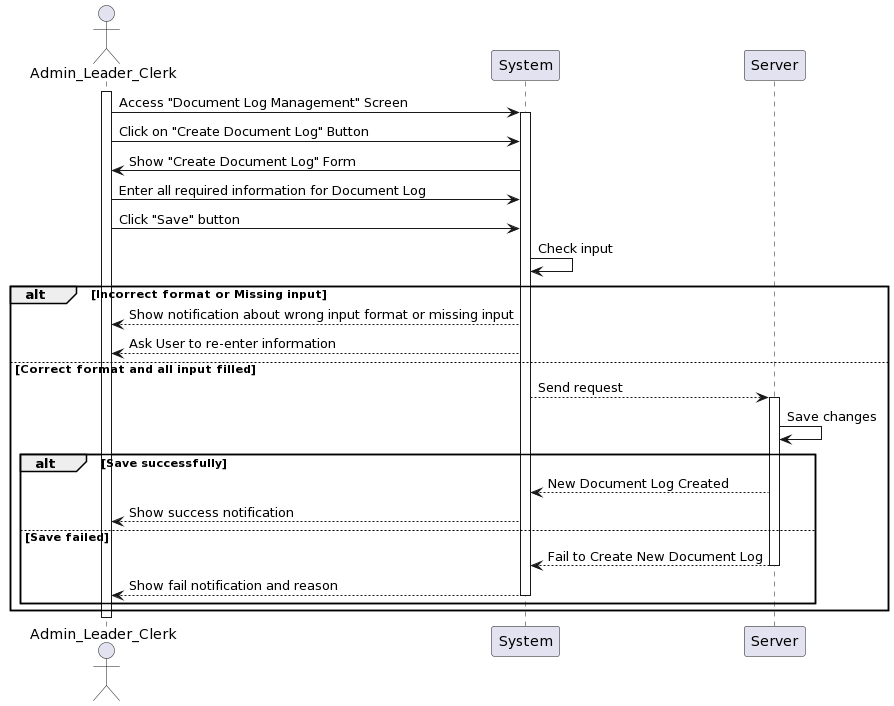
Earlier version of the PlantUML export Lab1/Lab1.2/SequenceDiagram/DocumentLog/CreateDocumentLog/CreateDocumentLog_SequenceDiagram.png (khoapham1003/SE357-Pratice-class). Source of this version:
```plantuml
@startuml
actor Admin_Leader_Clerk as User
participant System
participant Server

activate User
User -> System: Access "Document Log Management" Screen
activate System
User -> System: Click on "Create Document Log" Button
System -> User: Show "Create Document Log" Form
User -> System: Enter all required information for Document Log
User -> System: Click "Save" button
System -> System: Check input
alt Incorrect format or Missing input
    System --> User: Show notification about wrong input format or missing input
    System --> User: Ask User to re-enter information
else Correct format and all input filled
    System --> Server: Send request
activate Server
    Server -> Server: Save changes
    alt Save successfully
        Server --> System: New Document Log Created
        System --> User: Show success notification
    else Save failed
        Server --> System:Fail to Create New Document Log
deactivate Server
        System --> User: Show fail notification and reason
deactivate System
    end
end
deactivate User
@enduml
```
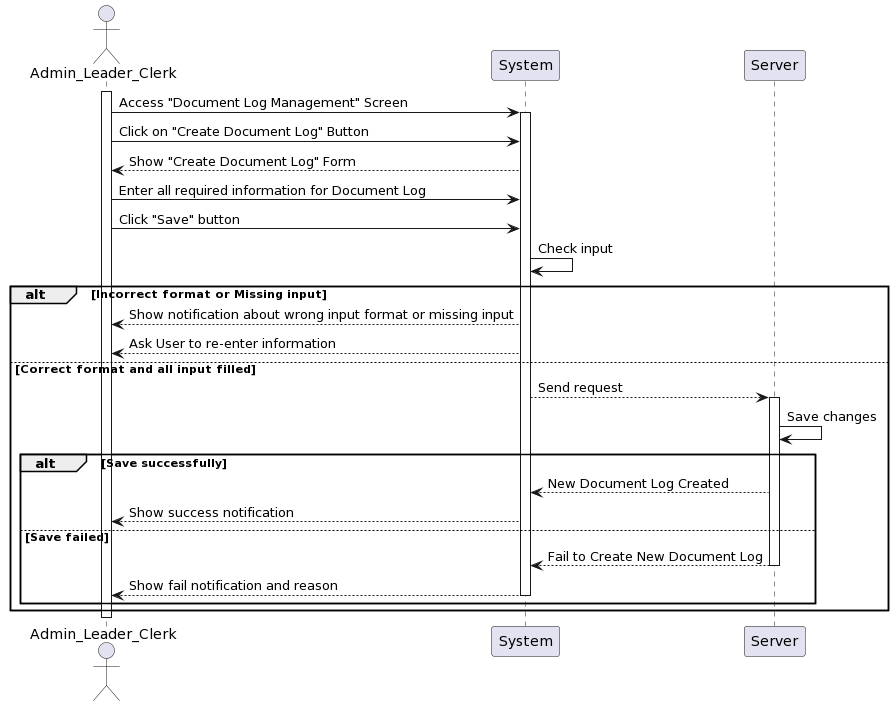
The same diagram one commit later.

The edit, as a diff of the source:
```diff
@@ -7,7 +7,7 @@
 User -> System: Access "Document Log Management" Screen
 activate System
 User -> System: Click on "Create Document Log" Button
-System -> User: Show "Create Document Log" Form
+System --> User: Show "Create Document Log" Form
 User -> System: Enter all required information for Document Log
 User -> System: Click "Save" button
 System -> System: Check input
```
